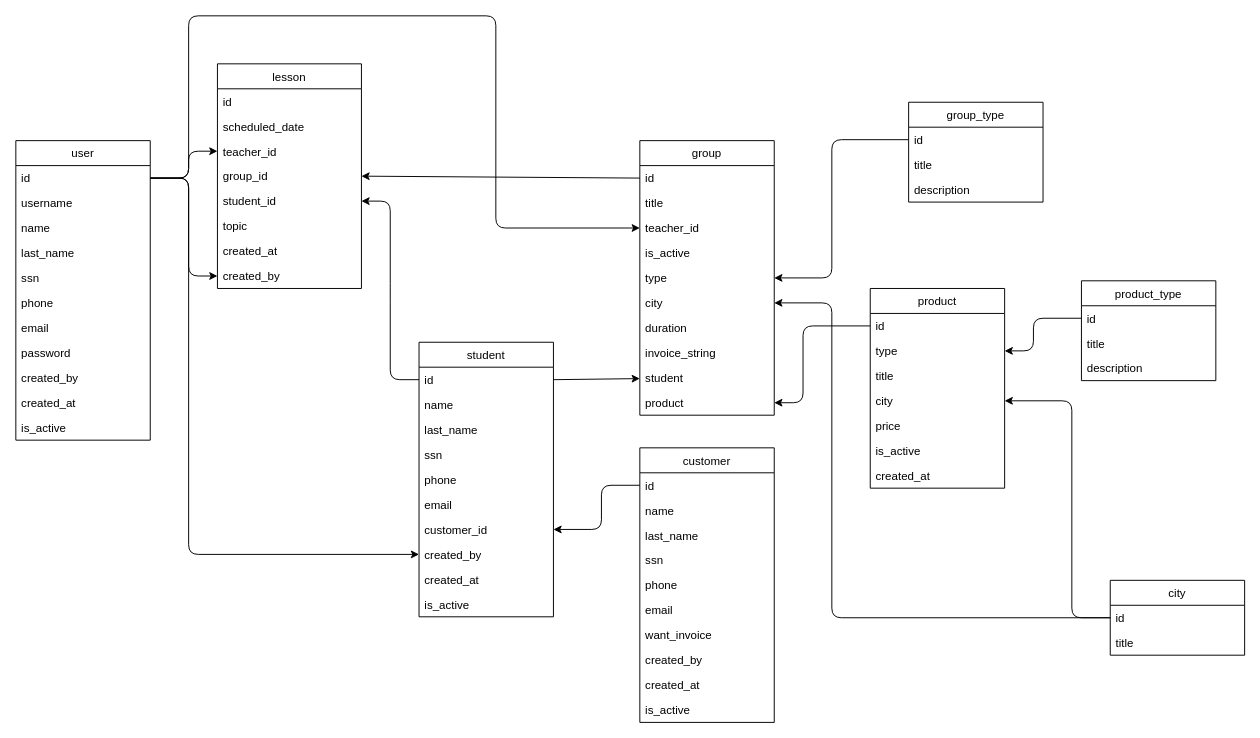
konsgrib/otus_homeworks keeps this draw.io diagram as page "relations" (2 of 2) of homework_7/docs/diagram.drawio. Above is the earlier version. Source tidied: cells renumbered, new cells numbered last; positions are measured from the earlier drawing's top-left corner, leaving out a move shared by most shapes. Both pictures are drawn from the tidied source at 96%, with x=0, y=0 at pixel (15, 15).
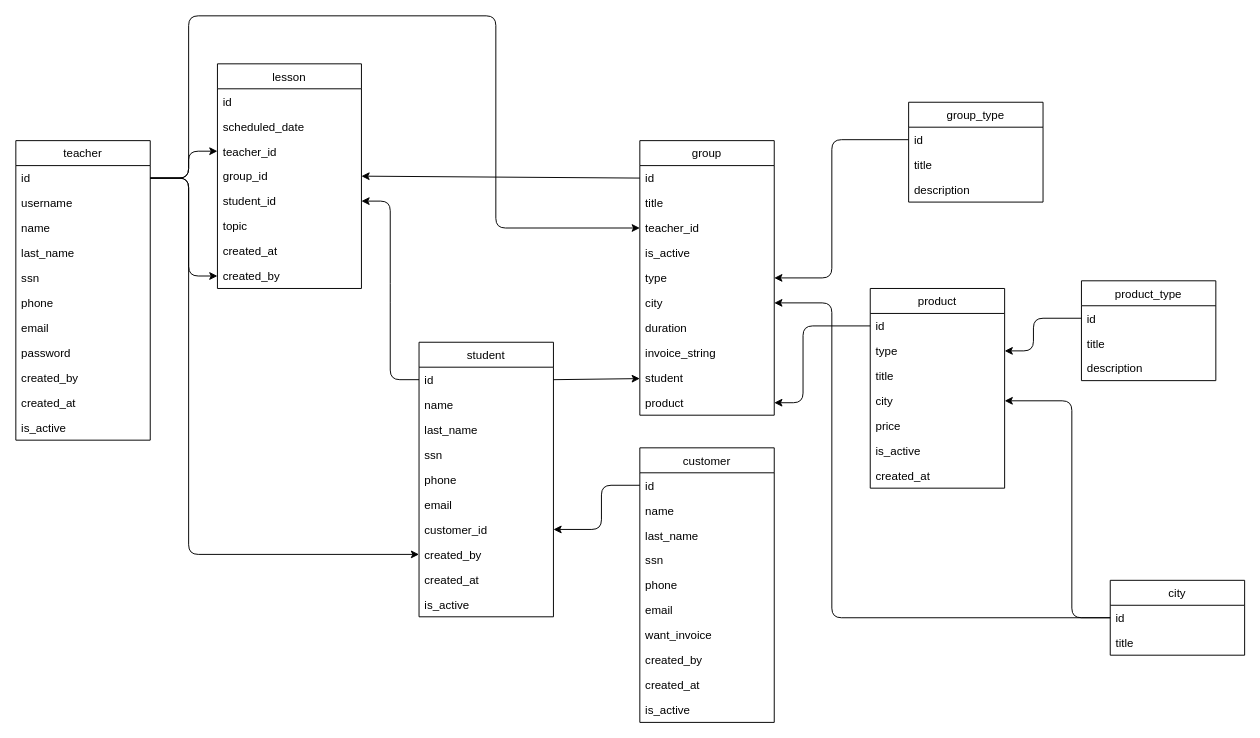
Above is the later version.

Diff of the diagram source:
```diff
@@
-    <mxCell id="33" value="user" style="swimlane;fontStyle=0;horizontal=1;startSize=26;fillColor=none;" parent="1" vertex="1">
+    <mxCell id="33" value="teacher" style="swimlane;fontStyle=0;horizontal=1;startSize=26;fillColor=none;" parent="1" vertex="1">
       <mxGeometry y="130" width="140" height="312" as="geometry" />
     </mxCell>
```
